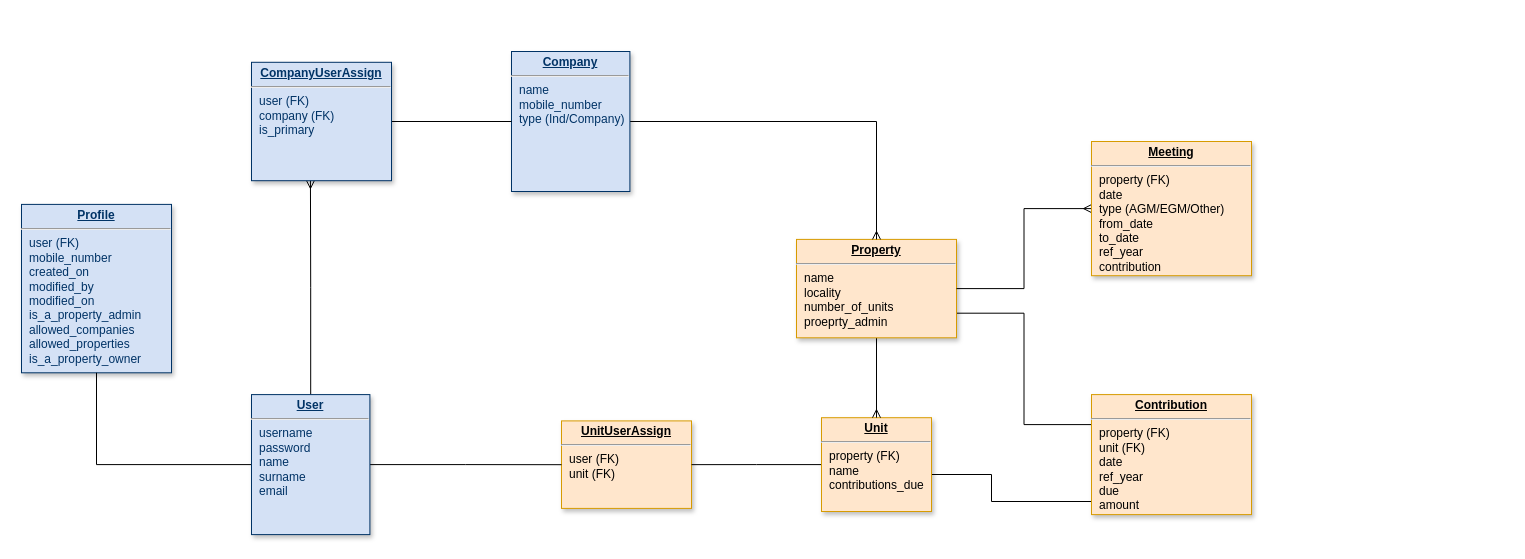
This is Untitled Diagram.drawio from gilubilu/hello-world, a draw.io file, before an edit. Source tidied: cells renumbered, new cells numbered last; positions are measured from the earlier drawing's top-left corner, leaving out a move shared by most shapes. Both pictures are drawn from the tidied source at 100%, with x=0, y=0 at pixel (21, 51).
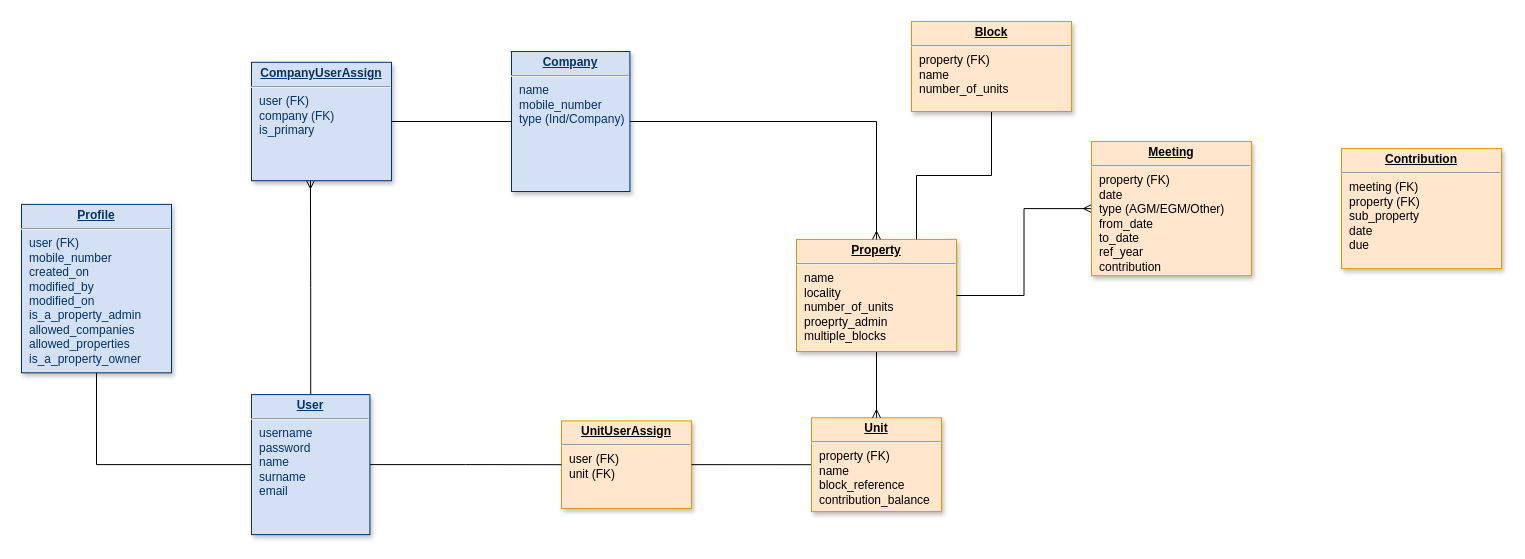
After the change.

Diff of the diagram source:
```diff
@@
-    <mxCell id="4" style="edgeStyle=orthogonalEdgeStyle;rounded=0;jettySize=auto;html=1;exitX=1;exitY=0.75;exitDx=0;exitDy=0;endArrow=none;endFill=0;" parent="1" edge="1" source="5" target="20">
-      <mxGeometry relative="1" as="geometry">
-        <Array as="points">
-          <mxPoint x="970" y="423" />
-          <mxPoint x="970" y="450" />
-        </Array>
-      </mxGeometry>
-    </mxCell>
-    <mxCell id="5" value="&lt;p style=&quot;margin: 0px ; margin-top: 4px ; text-align: center ; text-decoration: underline&quot;&gt;&lt;strong&gt;Unit&lt;/strong&gt;&lt;/p&gt;&lt;hr&gt;&lt;p style=&quot;margin: 0px ; margin-left: 8px&quot;&gt;property (FK)&lt;/p&gt;&lt;p style=&quot;margin: 0px ; margin-left: 8px&quot;&gt;name&lt;/p&gt;&lt;p style=&quot;margin: 0px ; margin-left: 8px&quot;&gt;contributions_due&lt;/p&gt;" style="verticalAlign=top;align=left;overflow=fill;fontSize=12;fontFamily=Helvetica;html=1;strokeColor=#d79b00;shadow=1;fillColor=#ffe6cc;" parent="1" vertex="1">
-      <mxGeometry x="800" y="366.2" width="110" height="93.8" as="geometry" />
+    <mxCell id="5" value="&lt;p style=&quot;margin: 0px ; margin-top: 4px ; text-align: center ; text-decoration: underline&quot;&gt;&lt;strong&gt;Unit&lt;/strong&gt;&lt;/p&gt;&lt;hr&gt;&lt;p style=&quot;margin: 0px ; margin-left: 8px&quot;&gt;property (FK)&lt;/p&gt;&lt;p style=&quot;margin: 0px ; margin-left: 8px&quot;&gt;name&lt;/p&gt;&lt;p style=&quot;margin: 0px ; margin-left: 8px&quot;&gt;block_reference&lt;/p&gt;&lt;p style=&quot;margin: 0px ; margin-left: 8px&quot;&gt;contribution_balance&lt;/p&gt;&lt;p style=&quot;margin: 0px ; margin-left: 8px&quot;&gt;&lt;br&gt;&lt;/p&gt;" style="verticalAlign=top;align=left;overflow=fill;fontSize=12;fontFamily=Helvetica;html=1;strokeColor=#d79b00;shadow=1;fillColor=#ffe6cc;" parent="1" vertex="1">
+      <mxGeometry x="790" y="366.3" width="130" height="93.8" as="geometry" />
     </mxCell>
@@
-    <mxCell id="7" style="edgeStyle=orthogonalEdgeStyle;rounded=0;jettySize=auto;html=1;exitX=1;exitY=0.75;exitDx=0;exitDy=0;entryX=1;entryY=0.75;entryDx=0;entryDy=0;endArrow=none;endFill=0;" parent="1" edge="1" source="8" target="20">
-      <mxGeometry relative="1" as="geometry" />
-    </mxCell>
-    <mxCell id="8" value="&lt;p style=&quot;margin: 0px ; margin-top: 4px ; text-align: center ; text-decoration: underline&quot;&gt;&lt;strong&gt;Property&lt;/strong&gt;&lt;/p&gt;&lt;hr&gt;&lt;p style=&quot;margin: 0px ; margin-left: 8px&quot;&gt;name&lt;/p&gt;&lt;p style=&quot;margin: 0px ; margin-left: 8px&quot;&gt;locality&lt;/p&gt;&lt;p style=&quot;margin: 0px ; margin-left: 8px&quot;&gt;number_of_units&lt;/p&gt;&lt;p style=&quot;margin: 0px ; margin-left: 8px&quot;&gt;proeprty_admin&lt;/p&gt;" style="verticalAlign=top;align=left;overflow=fill;fontSize=12;fontFamily=Helvetica;html=1;strokeColor=#d79b00;shadow=1;fillColor=#ffe6cc;" parent="1" vertex="1">
-      <mxGeometry x="775" y="187.9" width="160" height="98.4" as="geometry" />
+    <mxCell id="8" value="&lt;p style=&quot;margin: 0px ; margin-top: 4px ; text-align: center ; text-decoration: underline&quot;&gt;&lt;strong&gt;Property&lt;/strong&gt;&lt;/p&gt;&lt;hr&gt;&lt;p style=&quot;margin: 0px ; margin-left: 8px&quot;&gt;name&lt;/p&gt;&lt;p style=&quot;margin: 0px ; margin-left: 8px&quot;&gt;locality&lt;/p&gt;&lt;p style=&quot;margin: 0px ; margin-left: 8px&quot;&gt;number_of_units&lt;/p&gt;&lt;p style=&quot;margin: 0px ; margin-left: 8px&quot;&gt;proeprty_admin&lt;/p&gt;&lt;p style=&quot;margin: 0px ; margin-left: 8px&quot;&gt;multiple_blocks&lt;/p&gt;" style="verticalAlign=top;align=left;overflow=fill;fontSize=12;fontFamily=Helvetica;html=1;strokeColor=#d79b00;shadow=1;fillColor=#ffe6cc;" parent="1" vertex="1">
+      <mxGeometry x="775" y="187.9" width="160" height="112.1" as="geometry" />
     </mxCell>
@@
-    <mxCell id="20" value="&lt;p style=&quot;margin: 0px ; margin-top: 4px ; text-align: center ; text-decoration: underline&quot;&gt;&lt;strong&gt;Contribution&lt;/strong&gt;&lt;/p&gt;&lt;hr&gt;&lt;p style=&quot;margin: 0px ; margin-left: 8px&quot;&gt;property (FK)&lt;/p&gt;&lt;p style=&quot;margin: 0px ; margin-left: 8px&quot;&gt;unit (FK)&lt;/p&gt;&lt;p style=&quot;margin: 0px ; margin-left: 8px&quot;&gt;date&lt;/p&gt;&lt;p style=&quot;margin: 0px ; margin-left: 8px&quot;&gt;&lt;span&gt;ref_year&lt;/span&gt;&lt;br&gt;&lt;/p&gt;&lt;p style=&quot;margin: 0px ; margin-left: 8px&quot;&gt;due&lt;/p&gt;&lt;p style=&quot;margin: 0px ; margin-left: 8px&quot;&gt;amount&lt;/p&gt;" style="verticalAlign=top;align=left;overflow=fill;fontSize=12;fontFamily=Helvetica;html=1;strokeColor=#d79b00;shadow=1;fillColor=#ffe6cc;direction=west;" parent="1" vertex="1">
-      <mxGeometry x="1070" y="343.1" width="160" height="120" as="geometry" />
+    <mxCell id="20" value="&lt;p style=&quot;margin: 0px ; margin-top: 4px ; text-align: center ; text-decoration: underline&quot;&gt;&lt;strong&gt;Contribution&lt;/strong&gt;&lt;/p&gt;&lt;hr&gt;&lt;p style=&quot;margin: 0px ; margin-left: 8px&quot;&gt;meeting (FK)&lt;/p&gt;&lt;p style=&quot;margin: 0px ; margin-left: 8px&quot;&gt;property (FK)&lt;/p&gt;&lt;p style=&quot;margin: 0px ; margin-left: 8px&quot;&gt;sub_property&lt;/p&gt;&lt;p style=&quot;margin: 0px ; margin-left: 8px&quot;&gt;date&lt;/p&gt;&lt;p style=&quot;margin: 0px ; margin-left: 8px&quot;&gt;&lt;span&gt;due&lt;/span&gt;&lt;/p&gt;" style="verticalAlign=top;align=left;overflow=fill;fontSize=12;fontFamily=Helvetica;html=1;strokeColor=#d79b00;shadow=1;fillColor=#ffe6cc;direction=west;" parent="1" vertex="1">
+      <mxGeometry x="1320" y="97.1" width="160" height="120" as="geometry" />
     </mxCell>
+    <mxCell id="21" style="edgeStyle=orthogonalEdgeStyle;rounded=0;jettySize=auto;html=1;entryX=0.75;entryY=0;entryDx=0;entryDy=0;endArrow=none;endFill=0;" parent="1" edge="1" source="22" target="8">
+      <mxGeometry relative="1" as="geometry" />
+    </mxCell>
+    <mxCell id="22" value="&lt;p style=&quot;margin: 0px ; margin-top: 4px ; text-align: center ; text-decoration: underline&quot;&gt;&lt;strong&gt;Block&lt;/strong&gt;&lt;/p&gt;&lt;hr&gt;&lt;p style=&quot;margin: 0px ; margin-left: 8px&quot;&gt;property (FK)&lt;/p&gt;&lt;p style=&quot;margin: 0px ; margin-left: 8px&quot;&gt;name&lt;/p&gt;&lt;p style=&quot;margin: 0px ; margin-left: 8px&quot;&gt;number_of_units&lt;/p&gt;&lt;p style=&quot;margin: 0px ; margin-left: 8px&quot;&gt;&lt;br&gt;&lt;/p&gt;" style="verticalAlign=top;align=left;overflow=fill;fontSize=12;fontFamily=Helvetica;html=1;strokeColor=#d79b00;shadow=1;fillColor=#ffe6cc;" parent="1" vertex="1">
+      <mxGeometry x="890" y="-30" width="160" height="90" as="geometry" />
+    </mxCell>
```
